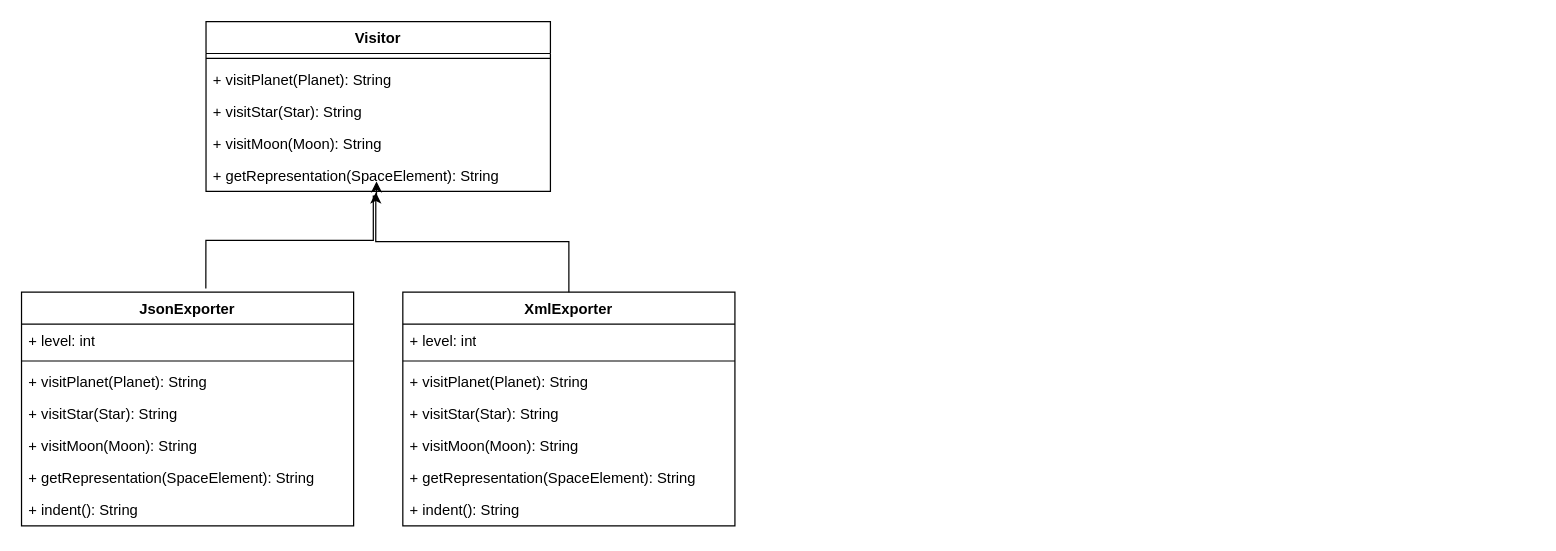
Before: src/main/java/behavioral/visitor/Diagramme sans nom.drawio in ErwanLT/designPattern, a draw.io diagram. Source tidied: cells renumbered, new cells numbered last; positions are measured from the earlier drawing's top-left corner, leaving out a move shared by most shapes. Both pictures are drawn from the tidied source at 123%, with x=0, y=0 at pixel (21, 21).
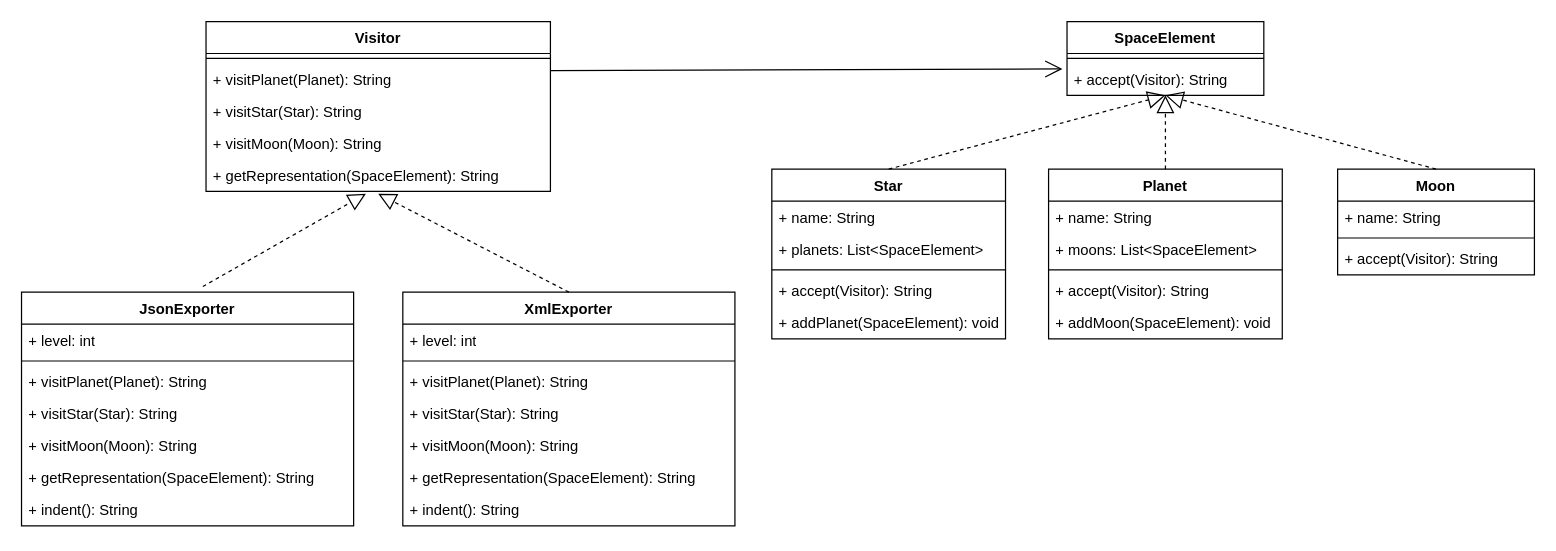
Above is the later version.

Commit message (it also covers changes not shown here):
Mettre à jour Diagramme sans nom.drawio

The change refers to these unchanged cells:
```xml
<mxCell id="7" value="+ getRepresentation(SpaceElement): String" style="text;strokeColor=none;fillColor=none;align=left;verticalAlign=top;spacingLeft=4;spacingRight=4;overflow=hidden;points=[[0,0.5],[1,0.5]];portConstraint=eastwest;whiteSpace=wrap;html=1;" parent="2" vertex="1">
  <mxGeometry y="112" width="280" height="26" as="geometry" />
</mxCell>
<mxCell id="9" value="JsonExporter" style="swimlane;fontStyle=1;align=center;verticalAlign=top;horizontal=1;startSize=26;whiteSpace=wrap;html=1;" parent="1" vertex="1">
  <mxGeometry y="220" width="270" height="190" as="geometry" />
</mxCell>
<mxCell id="17" value="XmlExporter" style="swimlane;fontStyle=1;align=center;verticalAlign=top;horizontal=1;startSize=26;whiteSpace=wrap;html=1;" parent="1" vertex="1">
  <mxGeometry x="310" y="220" width="270" height="190" as="geometry" />
</mxCell>
```

Change to the diagram source:
```diff
@@
-    <mxCell id="8" style="edgeStyle=orthogonalEdgeStyle;rounded=0;jettySize=auto;html=1;entryX=0.495;entryY=0.986;entryDx=0;entryDy=0;entryPerimeter=0;exitX=0.555;exitY=-0.016;exitDx=0;exitDy=0;exitPerimeter=0;" parent="1" edge="1" source="9">
-      <mxGeometry relative="1" as="geometry">
-        <mxPoint x="288.6" y="130" as="targetPoint" />
-        <Array as="points">
-          <mxPoint x="150" y="178" />
-          <mxPoint x="286" y="178" />
-          <mxPoint x="286" y="142" />
-          <mxPoint x="289" y="142" />
-        </Array>
-      </mxGeometry>
-    </mxCell>
@@
-    <mxCell id="25" style="edgeStyle=orthogonalEdgeStyle;rounded=0;jettySize=auto;html=1;entryX=0.493;entryY=1.038;entryDx=0;entryDy=0;entryPerimeter=0;" parent="1" edge="1" source="17" target="7">
-      <mxGeometry relative="1" as="geometry" />
-    </mxCell>
+    <mxCell id="26" value="SpaceElement" style="swimlane;fontStyle=1;align=center;verticalAlign=top;horizontal=1;startSize=26;whiteSpace=wrap;html=1;" parent="1" vertex="1">
+      <mxGeometry x="850" width="160" height="60" as="geometry" />
+    </mxCell>
+    <mxCell id="27" style="line;strokeWidth=1;fillColor=none;align=left;verticalAlign=middle;spacingTop=-1;spacingLeft=3;spacingRight=3;labelPosition=right;strokeColor=inherit;" parent="26" vertex="1">
+      <mxGeometry y="26" width="160" height="8" as="geometry" />
+    </mxCell>
+    <mxCell id="28" value="+ accept(Visitor): String" style="text;strokeColor=none;fillColor=none;align=left;verticalAlign=top;spacingLeft=4;spacingRight=4;overflow=hidden;points=[[0,0.5],[1,0.5]];portConstraint=eastwest;whiteSpace=wrap;html=1;" parent="26" vertex="1">
+      <mxGeometry y="34" width="160" height="26" as="geometry" />
+    </mxCell>
+    <mxCell id="29" style="endArrow=block;dashed=1;endFill=0;endSize=12;html=1;rounded=0;exitX=0.546;exitY=-0.024;exitDx=0;exitDy=0;exitPerimeter=0;" parent="1" edge="1" source="9">
+      <mxGeometry relative="1" as="geometry">
+        <mxPoint x="280" y="140" as="targetPoint" />
+      </mxGeometry>
+    </mxCell>
+    <mxCell id="30" style="endArrow=block;dashed=1;endFill=0;endSize=12;html=1;rounded=0;exitX=0.5;exitY=0;exitDx=0;exitDy=0;" parent="1" edge="1" source="17">
+      <mxGeometry relative="1" as="geometry">
+        <mxPoint x="290" y="140" as="targetPoint" />
+      </mxGeometry>
+    </mxCell>
+    <mxCell id="31" style="endArrow=open;endFill=1;endSize=12;html=1;rounded=0;entryX=-0.023;entryY=0.174;entryDx=0;entryDy=0;entryPerimeter=0;" parent="1" edge="1" target="28">
+      <mxGeometry relative="1" as="geometry">
+        <mxPoint x="430" y="40" as="sourcePoint" />
+      </mxGeometry>
+    </mxCell>
+    <mxCell id="32" value="Star" style="swimlane;fontStyle=1;align=center;verticalAlign=top;horizontal=1;startSize=26;whiteSpace=wrap;html=1;" parent="1" vertex="1">
+      <mxGeometry x="610" y="120" width="190" height="138" as="geometry" />
+    </mxCell>
+    <mxCell id="33" value="+ name: String" style="text;strokeColor=none;fillColor=none;align=left;verticalAlign=top;spacingLeft=4;spacingRight=4;overflow=hidden;whiteSpace=wrap;html=1;" parent="32" vertex="1">
+      <mxGeometry y="26" width="190" height="26" as="geometry" />
+    </mxCell>
+    <mxCell id="34" value="+ planets: List&amp;lt;SpaceElement&amp;gt;" style="text;strokeColor=none;fillColor=none;align=left;verticalAlign=top;spacingLeft=4;spacingRight=4;overflow=hidden;whiteSpace=wrap;html=1;" parent="32" vertex="1">
+      <mxGeometry y="52" width="190" height="26" as="geometry" />
+    </mxCell>
+    <mxCell id="35" style="line;strokeWidth=1;fillColor=none;align=left;verticalAlign=middle;spacingTop=-1;spacingLeft=3;spacingRight=3;labelPosition=right;strokeColor=inherit;" parent="32" vertex="1">
+      <mxGeometry y="78" width="190" height="8" as="geometry" />
+    </mxCell>
+    <mxCell id="36" value="+ accept(Visitor): String" style="text;strokeColor=none;fillColor=none;align=left;verticalAlign=top;spacingLeft=4;spacingRight=4;overflow=hidden;whiteSpace=wrap;html=1;" parent="32" vertex="1">
+      <mxGeometry y="86" width="190" height="26" as="geometry" />
+    </mxCell>
+    <mxCell id="37" value="+ addPlanet(SpaceElement): void" style="text;strokeColor=none;fillColor=none;align=left;verticalAlign=top;spacingLeft=4;spacingRight=4;overflow=hidden;whiteSpace=wrap;html=1;" parent="32" vertex="1">
+      <mxGeometry y="112" width="190" height="26" as="geometry" />
+    </mxCell>
+    <mxCell id="38" value="Moon" style="swimlane;fontStyle=1;align=center;verticalAlign=top;horizontal=1;startSize=26;whiteSpace=wrap;html=1;" parent="1" vertex="1">
+      <mxGeometry x="1070" y="120" width="160" height="86" as="geometry" />
+    </mxCell>
+    <mxCell id="39" value="+ name: String" style="text;strokeColor=none;fillColor=none;align=left;verticalAlign=top;spacingLeft=4;spacingRight=4;overflow=hidden;whiteSpace=wrap;html=1;" parent="38" vertex="1">
+      <mxGeometry y="26" width="160" height="26" as="geometry" />
+    </mxCell>
+    <mxCell id="40" style="line;strokeWidth=1;fillColor=none;align=left;verticalAlign=middle;spacingTop=-1;spacingLeft=3;spacingRight=3;labelPosition=right;strokeColor=inherit;" parent="38" vertex="1">
+      <mxGeometry y="52" width="160" height="8" as="geometry" />
+    </mxCell>
+    <mxCell id="41" value="+ accept(Visitor): String" style="text;strokeColor=none;fillColor=none;align=left;verticalAlign=top;spacingLeft=4;spacingRight=4;overflow=hidden;whiteSpace=wrap;html=1;" parent="38" vertex="1">
+      <mxGeometry y="60" width="160" height="26" as="geometry" />
+    </mxCell>
+    <mxCell id="42" value="Planet" style="swimlane;fontStyle=1;align=center;verticalAlign=top;horizontal=1;startSize=26;whiteSpace=wrap;html=1;" parent="1" vertex="1">
+      <mxGeometry x="835" y="120" width="190" height="138" as="geometry" />
+    </mxCell>
+    <mxCell id="43" value="+ name: String" style="text;strokeColor=none;fillColor=none;align=left;verticalAlign=top;spacingLeft=4;spacingRight=4;overflow=hidden;whiteSpace=wrap;html=1;" parent="42" vertex="1">
+      <mxGeometry y="26" width="190" height="26" as="geometry" />
+    </mxCell>
+    <mxCell id="44" value="+ moons: List&amp;lt;SpaceElement&amp;gt;" style="text;strokeColor=none;fillColor=none;align=left;verticalAlign=top;spacingLeft=4;spacingRight=4;overflow=hidden;whiteSpace=wrap;html=1;" parent="42" vertex="1">
+      <mxGeometry y="52" width="190" height="26" as="geometry" />
+    </mxCell>
+    <mxCell id="45" style="line;strokeWidth=1;fillColor=none;align=left;verticalAlign=middle;spacingTop=-1;spacingLeft=3;spacingRight=3;labelPosition=right;strokeColor=inherit;" parent="42" vertex="1">
+      <mxGeometry y="78" width="190" height="8" as="geometry" />
+    </mxCell>
+    <mxCell id="46" value="+ accept(Visitor): String" style="text;strokeColor=none;fillColor=none;align=left;verticalAlign=top;spacingLeft=4;spacingRight=4;overflow=hidden;whiteSpace=wrap;html=1;" parent="42" vertex="1">
+      <mxGeometry y="86" width="190" height="26" as="geometry" />
+    </mxCell>
+    <mxCell id="47" value="+ addMoon(SpaceElement): void" style="text;strokeColor=none;fillColor=none;align=left;verticalAlign=top;spacingLeft=4;spacingRight=4;overflow=hidden;whiteSpace=wrap;html=1;" parent="42" vertex="1">
+      <mxGeometry y="112" width="190" height="26" as="geometry" />
+    </mxCell>
+    <mxCell id="48" style="endArrow=block;dashed=1;endFill=0;endSize=12;html=1;rounded=0;exitX=0.5;exitY=0;exitDx=0;exitDy=0;" parent="1" edge="1" source="42">
+      <mxGeometry relative="1" as="geometry">
+        <mxPoint x="930" y="60" as="targetPoint" />
+      </mxGeometry>
+    </mxCell>
+    <mxCell id="49" style="endArrow=block;dashed=1;endFill=0;endSize=12;html=1;rounded=0;exitX=0.5;exitY=0;exitDx=0;exitDy=0;" parent="1" edge="1" source="32">
+      <mxGeometry relative="1" as="geometry">
+        <mxPoint x="930" y="60" as="targetPoint" />
+      </mxGeometry>
+    </mxCell>
+    <mxCell id="50" style="endArrow=block;dashed=1;endFill=0;endSize=12;html=1;rounded=0;exitX=0.5;exitY=0;exitDx=0;exitDy=0;" parent="1" edge="1" source="38">
+      <mxGeometry relative="1" as="geometry">
+        <mxPoint x="930" y="60" as="targetPoint" />
+      </mxGeometry>
+    </mxCell>
```
